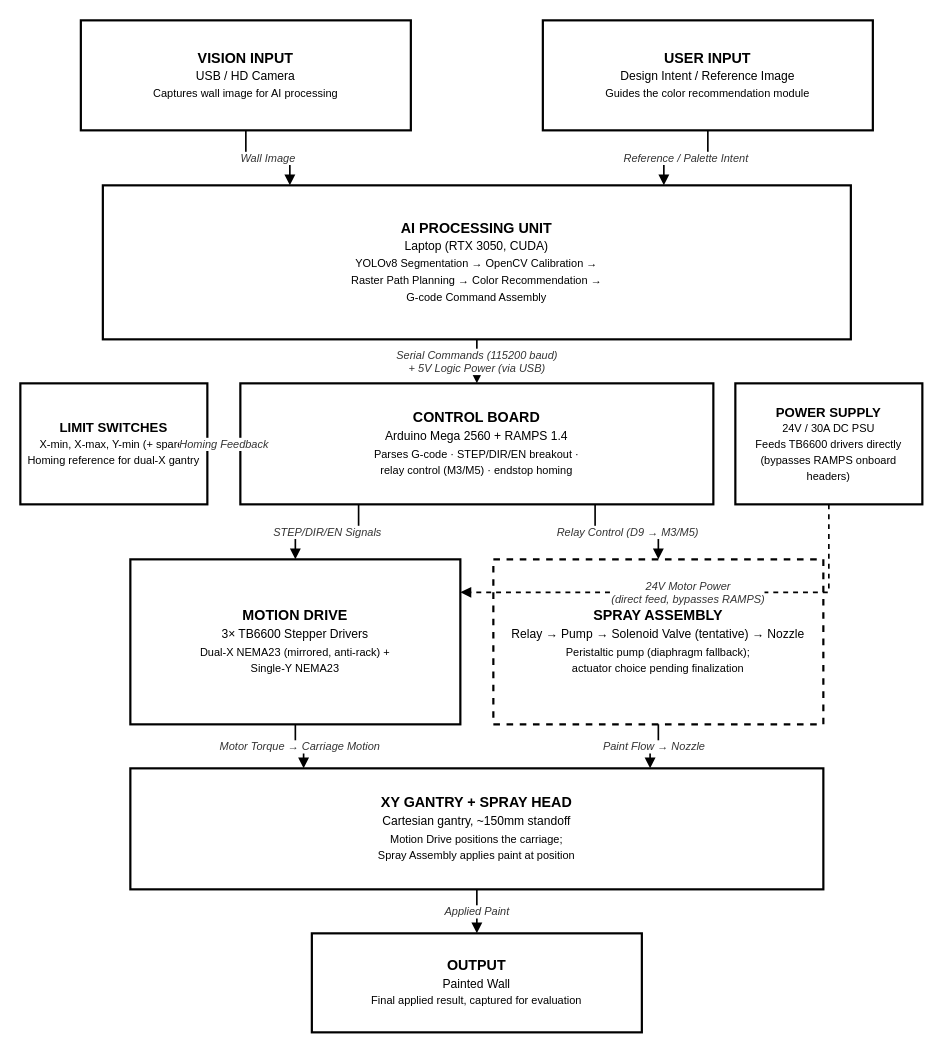
The draw.io diagram AURA Vault/03 - System Design/AURA_System_Block_Diagram.drawio in eotrut/thesis, before the edit. Source tidied: cells renumbered, new cells numbered last; positions are measured from the earlier drawing's top-left corner, leaving out a move shared by most shapes. Both pictures are drawn from the tidied source at 110%, with x=0, y=0 at pixel (20, 20).
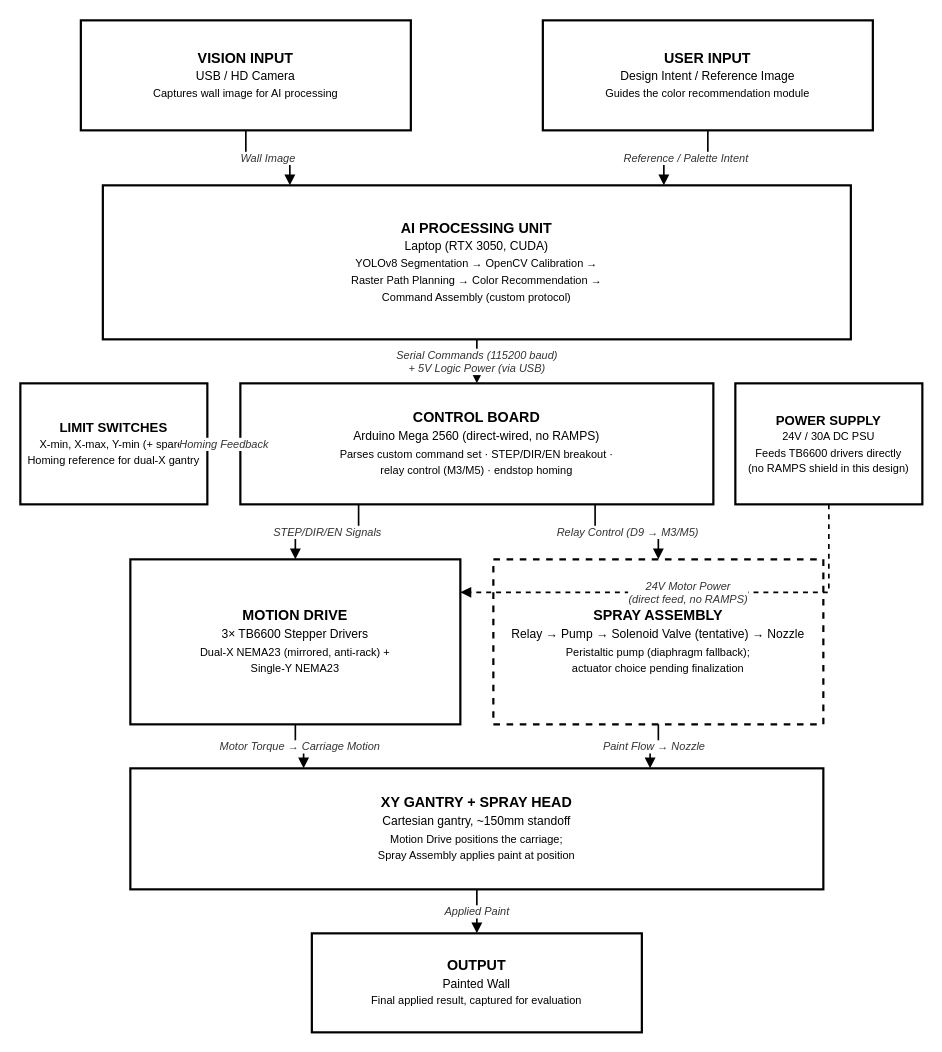
Above is the later version.

The change refers to these unchanged cells:
```xml
<mxCell id="8" value="&lt;b&gt;MOTION DRIVE&lt;/b&gt;&lt;br&gt;&lt;font style=&quot;font-size:11px&quot;&gt;3&amp;#215; TB6600 Stepper Drivers&lt;/font&gt;&lt;br&gt;&lt;font style=&quot;font-size:10px&quot;&gt;Dual-X NEMA23 (mirrored, anti-rack) +&lt;br&gt;Single-Y NEMA23&lt;/font&gt;" style="rounded=0;whiteSpace=wrap;html=1;fillColor=#FFFFFF;strokeColor=#000000;strokeWidth=2;fontColor=#000000;fontSize=13;fontFamily=Helvetica;align=center;verticalAlign=middle;spacing=6;" parent="1" vertex="1">
  <mxGeometry x="100" y="490" width="300" height="150" as="geometry" />
</mxCell>
```

What changed in the source:
```diff
@@
-    <mxCell id="4" value="&lt;b&gt;AI PROCESSING UNIT&lt;/b&gt;&lt;br&gt;&lt;font style=&quot;font-size:11px&quot;&gt;Laptop (RTX 3050, CUDA)&lt;/font&gt;&lt;br&gt;&lt;font style=&quot;font-size:10px&quot;&gt;YOLOv8 Segmentation &amp;#8594; OpenCV Calibration &amp;#8594;&lt;br&gt;Raster Path Planning &amp;#8594; Color Recommendation &amp;#8594;&lt;br&gt;G-code Command Assembly&lt;/font&gt;" style="rounded=0;whiteSpace=wrap;html=1;fillColor=#FFFFFF;strokeColor=#000000;strokeWidth=2;fontColor=#000000;fontSize=13;fontFamily=Helvetica;align=center;verticalAlign=middle;spacing=6;" parent="1" vertex="1">
+    <mxCell id="4" value="&lt;b&gt;AI PROCESSING UNIT&lt;/b&gt;&lt;br&gt;&lt;font style=&quot;font-size:11px&quot;&gt;Laptop (RTX 3050, CUDA)&lt;/font&gt;&lt;br&gt;&lt;font style=&quot;font-size:10px&quot;&gt;YOLOv8 Segmentation &amp;#8594; OpenCV Calibration &amp;#8594;&lt;br&gt;Raster Path Planning &amp;#8594; Color Recommendation &amp;#8594;&lt;br&gt;Command Assembly (custom protocol)&lt;/font&gt;" style="rounded=0;whiteSpace=wrap;html=1;fillColor=#FFFFFF;strokeColor=#000000;strokeWidth=2;fontColor=#000000;fontSize=13;fontFamily=Helvetica;align=center;verticalAlign=middle;spacing=6;" parent="1" vertex="1">
       <mxGeometry x="75" y="150" width="680" height="140" as="geometry" />
     </mxCell>
@@
-    <mxCell id="6" value="&lt;b&gt;CONTROL BOARD&lt;/b&gt;&lt;br&gt;&lt;font style=&quot;font-size:11px&quot;&gt;Arduino Mega 2560 + RAMPS 1.4&lt;/font&gt;&lt;br&gt;&lt;font style=&quot;font-size:10px&quot;&gt;Parses G-code &amp;middot; STEP/DIR/EN breakout &amp;middot;&lt;br&gt;relay control (M3/M5) &amp;middot; endstop homing&lt;/font&gt;" style="rounded=0;whiteSpace=wrap;html=1;fillColor=#FFFFFF;strokeColor=#000000;strokeWidth=2;fontColor=#000000;fontSize=13;fontFamily=Helvetica;align=center;verticalAlign=middle;spacing=6;" parent="1" vertex="1">
+    <mxCell id="6" value="&lt;b&gt;CONTROL BOARD&lt;/b&gt;&lt;br&gt;&lt;font style=&quot;font-size:11px&quot;&gt;Arduino Mega 2560 (direct-wired, no RAMPS)&lt;/font&gt;&lt;br&gt;&lt;font style=&quot;font-size:10px&quot;&gt;Parses custom command set &amp;middot; STEP/DIR/EN breakout &amp;middot;&lt;br&gt;relay control (M3/M5) &amp;middot; endstop homing&lt;/font&gt;" style="rounded=0;whiteSpace=wrap;html=1;fillColor=#FFFFFF;strokeColor=#000000;strokeWidth=2;fontColor=#000000;fontSize=13;fontFamily=Helvetica;align=center;verticalAlign=middle;spacing=6;" parent="1" vertex="1">
       <mxGeometry x="200" y="330" width="430" height="110" as="geometry" />
     </mxCell>
-    <mxCell id="7" value="&lt;b&gt;POWER SUPPLY&lt;/b&gt;&lt;br&gt;&lt;font style=&quot;font-size:10px&quot;&gt;24V / 30A DC PSU&lt;/font&gt;&lt;br&gt;&lt;font style=&quot;font-size:10px&quot;&gt;Feeds TB6600 drivers directly&lt;br&gt;(bypasses RAMPS onboard headers)&lt;/font&gt;" style="rounded=0;whiteSpace=wrap;html=1;fillColor=#FFFFFF;strokeColor=#000000;strokeWidth=2;fontColor=#000000;fontSize=12;fontFamily=Helvetica;align=center;verticalAlign=middle;spacing=6;" parent="1" vertex="1">
+    <mxCell id="7" value="&lt;b&gt;POWER SUPPLY&lt;/b&gt;&lt;br&gt;&lt;font style=&quot;font-size:10px&quot;&gt;24V / 30A DC PSU&lt;/font&gt;&lt;br&gt;&lt;font style=&quot;font-size:10px&quot;&gt;Feeds TB6600 drivers directly&lt;br&gt;(no RAMPS shield in this design)&lt;/font&gt;" style="rounded=0;whiteSpace=wrap;html=1;fillColor=#FFFFFF;strokeColor=#000000;strokeWidth=2;fontColor=#000000;fontSize=12;fontFamily=Helvetica;align=center;verticalAlign=middle;spacing=6;" parent="1" vertex="1">
       <mxGeometry x="650" y="330" width="170" height="110" as="geometry" />
     </mxCell>
@@
-    <mxCell id="16" value="24V Motor Power&#10;(direct feed, bypasses RAMPS)" style="edgeStyle=orthogonalEdgeStyle;rounded=0;html=1;endArrow=block;dashed=1;strokeColor=#000000;strokeWidth=1.5;fontColor=#333333;fontSize=10;fontStyle=2;fontFamily=Helvetica;exitX=0.5;exitY=1;exitDx=0;exitDy=0;entryX=1;entryY=0.2;entryDx=0;entryDy=0;" parent="1" edge="1" source="7" target="8">
+    <mxCell id="16" value="24V Motor Power&#10;(direct feed, no RAMPS)" style="edgeStyle=orthogonalEdgeStyle;rounded=0;html=1;endArrow=block;dashed=1;strokeColor=#000000;strokeWidth=1.5;fontColor=#333333;fontSize=10;fontStyle=2;fontFamily=Helvetica;exitX=0.5;exitY=1;exitDx=0;exitDy=0;entryX=1;entryY=0.2;entryDx=0;entryDy=0;" parent="1" edge="1" source="7" target="8">
       <mxGeometry relative="1" as="geometry" />
     </mxCell>
```
